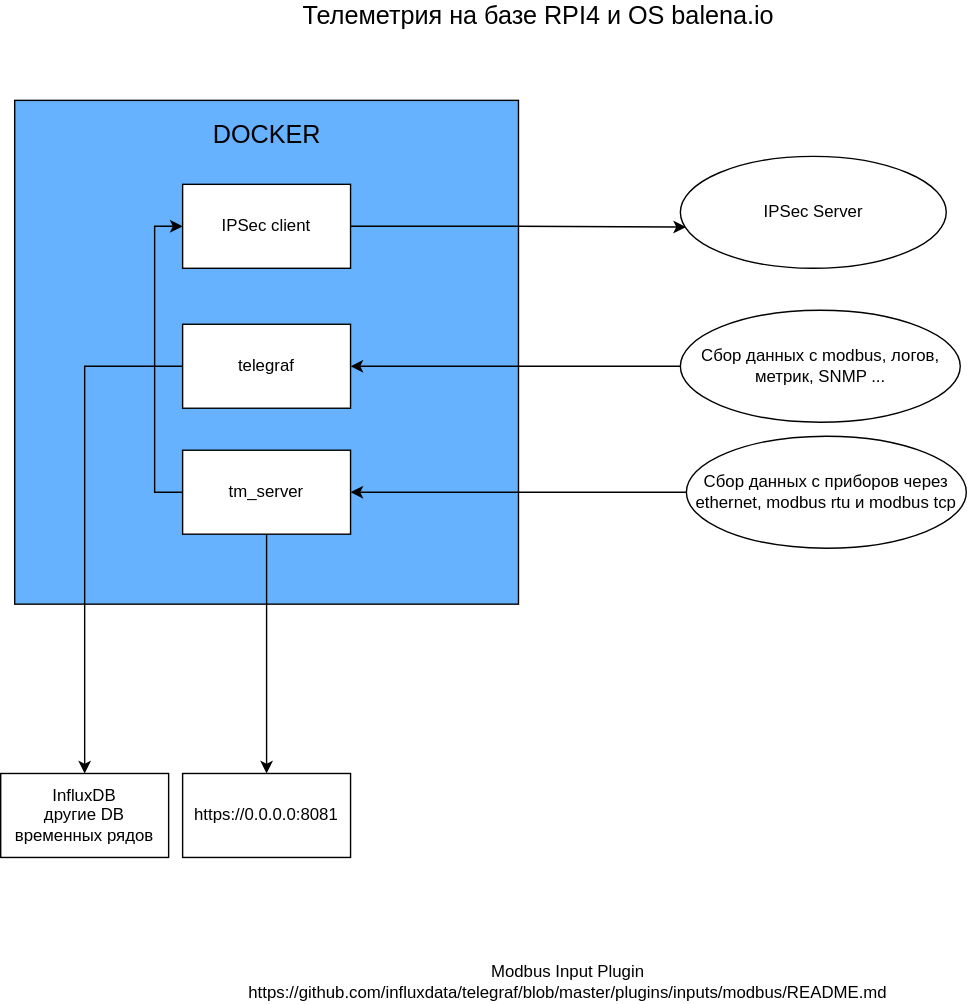
joyshmitz/felectra keeps this draw.io diagram as pictures/felectra-diagram.drawio.svg. Above is the earlier version. Source tidied: cells renumbered, new cells last; positions are measured from the earlier drawing's top-left corner, leaving out a move shared by most shapes.
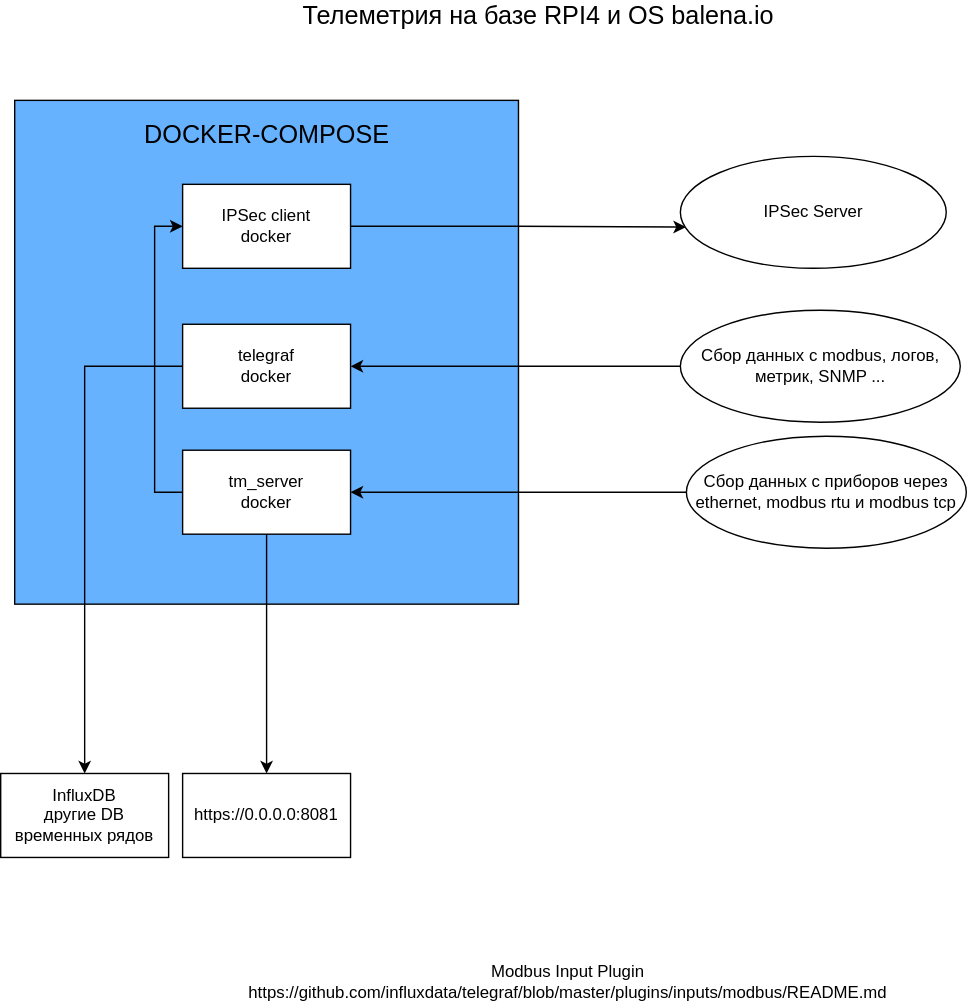
After the commit.

Diff of the diagram source:
```diff
@@ -23,19 +23,19 @@
     <mxCell id="8" style="edgeStyle=orthogonalEdgeStyle;rounded=0;jettySize=auto;html=1;" parent="1" edge="1" source="9" target="15">
       <mxGeometry relative="1" as="geometry" />
     </mxCell>
-    <mxCell id="9" value="tm_server" style="whiteSpace=wrap;html=1;" parent="1" vertex="1">
+    <mxCell id="9" value="tm_server&lt;br&gt;docker" style="whiteSpace=wrap;html=1;" parent="1" vertex="1">
       <mxGeometry x="130" y="320" width="120" height="60" as="geometry" />
     </mxCell>
     <mxCell id="10" style="edgeStyle=orthogonalEdgeStyle;rounded=0;jettySize=auto;html=1;entryX=0.5;entryY=0;entryDx=0;entryDy=0;" parent="1" edge="1" source="11" target="16">
       <mxGeometry relative="1" as="geometry" />
     </mxCell>
-    <mxCell id="11" value="telegraf" style="whiteSpace=wrap;html=1;" parent="1" vertex="1">
+    <mxCell id="11" value="telegraf&lt;br&gt;docker" style="whiteSpace=wrap;html=1;" parent="1" vertex="1">
       <mxGeometry x="130" y="230" width="120" height="60" as="geometry" />
     </mxCell>
     <mxCell id="12" style="edgeStyle=orthogonalEdgeStyle;rounded=0;jettySize=auto;html=1;entryX=0.021;entryY=0.632;entryDx=0;entryDy=0;entryPerimeter=0;" parent="1" edge="1" source="13" target="14">
       <mxGeometry relative="1" as="geometry" />
     </mxCell>
-    <mxCell id="13" value="IPSec client" style="whiteSpace=wrap;html=1;" parent="1" vertex="1">
+    <mxCell id="13" value="IPSec client&lt;br&gt;docker" style="whiteSpace=wrap;html=1;" parent="1" vertex="1">
       <mxGeometry x="130" y="130" width="120" height="60" as="geometry" />
     </mxCell>
     <mxCell id="14" value="IPSec Server" style="ellipse;whiteSpace=wrap;html=1;" parent="1" vertex="1">
@@ -47,8 +47,8 @@
     <mxCell id="16" value="InfluxDB&lt;br&gt;другие DB временных рядов" style="whiteSpace=wrap;html=1;" parent="1" vertex="1">
       <mxGeometry y="551" width="120" height="60" as="geometry" />
     </mxCell>
-    <mxCell id="17" value="&lt;font style=&quot;font-size: 18px&quot;&gt;DOCKER&lt;/font&gt;" style="text;html=1;align=center;verticalAlign=middle;strokeColor=none;fillColor=none;" parent="1" vertex="1">
-      <mxGeometry x="145" y="85" width="90" height="20" as="geometry" />
+    <mxCell id="17" value="&lt;font style=&quot;font-size: 18px&quot;&gt;DOCKER-COMPOSE&lt;/font&gt;" style="text;html=1;align=center;verticalAlign=middle;strokeColor=none;fillColor=none;" parent="1" vertex="1">
+      <mxGeometry x="95" y="85" width="190" height="20" as="geometry" />
     </mxCell>
     <mxCell id="18" value="Modbus Input Plugin&lt;br&gt;https://github.com/influxdata/telegraf/blob/master/plugins/inputs/modbus/README.md" style="text;html=1;align=center;verticalAlign=middle;strokeColor=none;fillColor=none;" parent="1" vertex="1">
       <mxGeometry x="170" y="685" width="470" height="30" as="geometry" />
```
